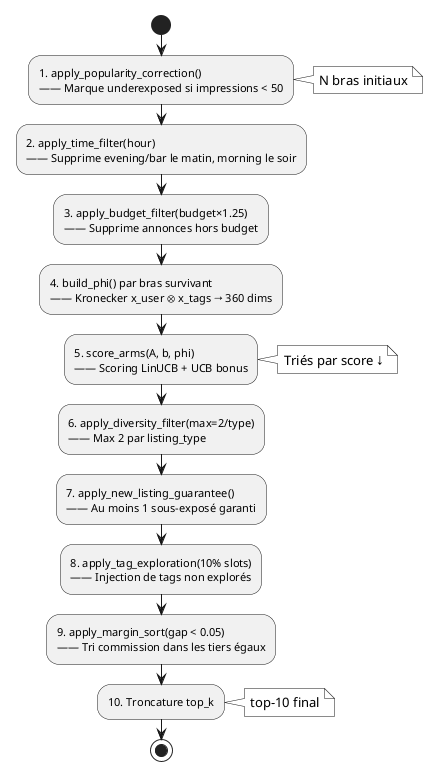
Above: diagrams/fig_05_ranker_pipeline.png in ahmed-addali/rapport (PlantUML), before the change. The source it was exported from:
```plantuml
@startuml fig_05_ranker_pipeline
skinparam monochrome true
skinparam shadowing false
skinparam defaultFontName Inter
skinparam activityFontSize 11

|Pipeline de Classement|
start
:1. apply_popularity_correction()
—— Marque underexposed si impressions < 50;
note right: N bras initiaux
:2. apply_time_filter(hour)
—— Supprime evening/bar le matin, morning le soir;
:3. apply_budget_filter(budget×1.25)
—— Supprime annonces hors budget;
:4. build_phi() par bras survivant
—— Kronecker x_user ⊗ x_tags → 360 dims;
:5. score_arms(A, b, phi)
—— Scoring LinUCB + UCB bonus;
note right: Triés par score ↓
:6. apply_diversity_filter(max=2/type)
—— Max 2 par listing_type;
:7. apply_new_listing_guarantee()
—— Au moins 1 sous-exposé garanti;
:8. apply_tag_exploration(10% slots)
—— Injection de tags non explorés;
:9. apply_margin_sort(gap < 0.05)
—— Tri commission dans les tiers égaux;
:10. Troncature top_k;
note right: top-10 final
stop

@enduml
```
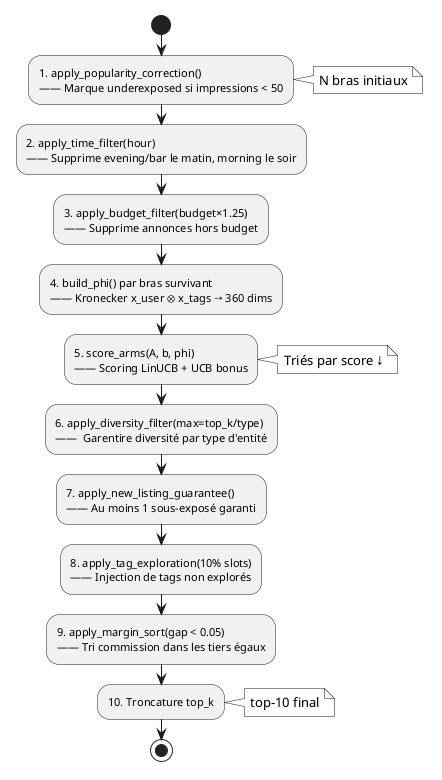
After the change.

What changed in the source:
```diff
@@ -18,8 +18,8 @@
 :5. score_arms(A, b, phi)
 —— Scoring LinUCB + UCB bonus;
 note right: Triés par score ↓
-:6. apply_diversity_filter(max=2/type)
-—— Max 2 par listing_type;
+:6. apply_diversity_filter(max=top_k/type)
+——  Garentire diversité par type d'entité;
 :7. apply_new_listing_guarantee()
 —— Au moins 1 sous-exposé garanti;
 :8. apply_tag_exploration(10% slots)
```
